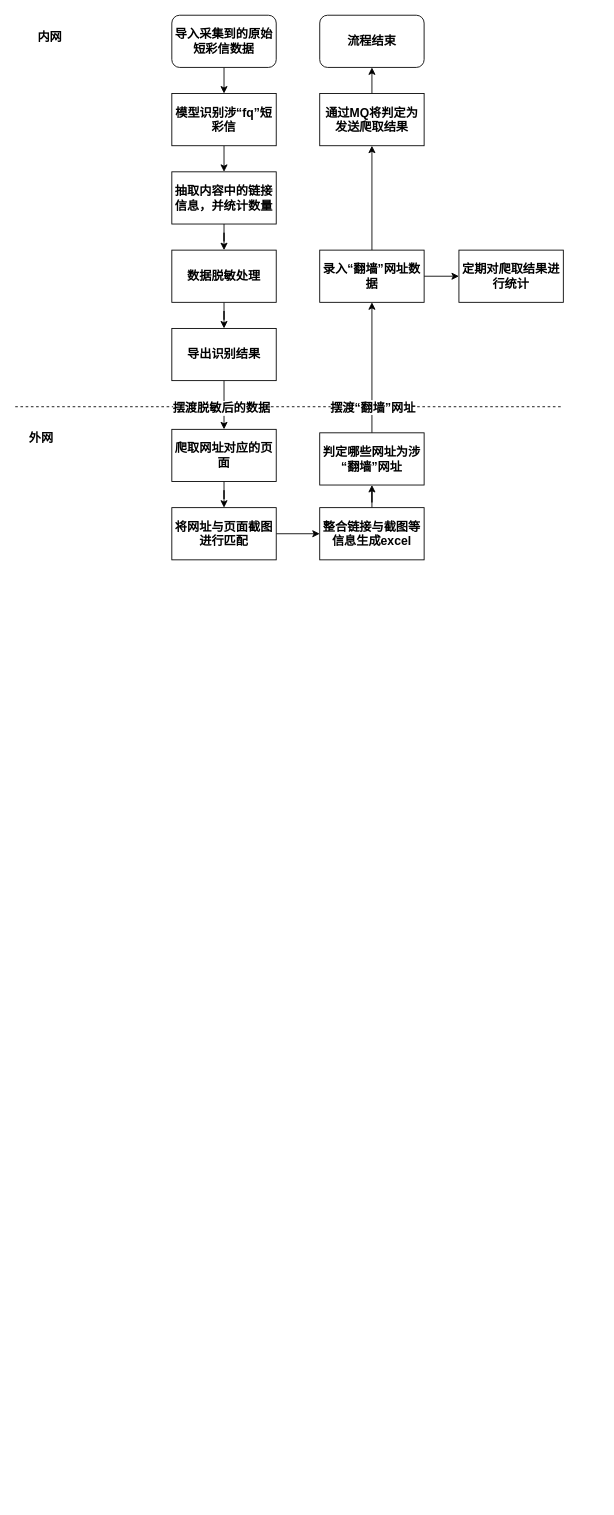
Above: dcx/基本设计概念和处理流程.drawio in zwnop/draw-io-repo (draw.io), before the change. Source tidied: cells renumbered, new cells numbered last; positions are measured from the earlier drawing's top-left corner, leaving out a move shared by most shapes. Both pictures are drawn from the tidied source at 87%, with x=0, y=0 at pixel (15, 15).
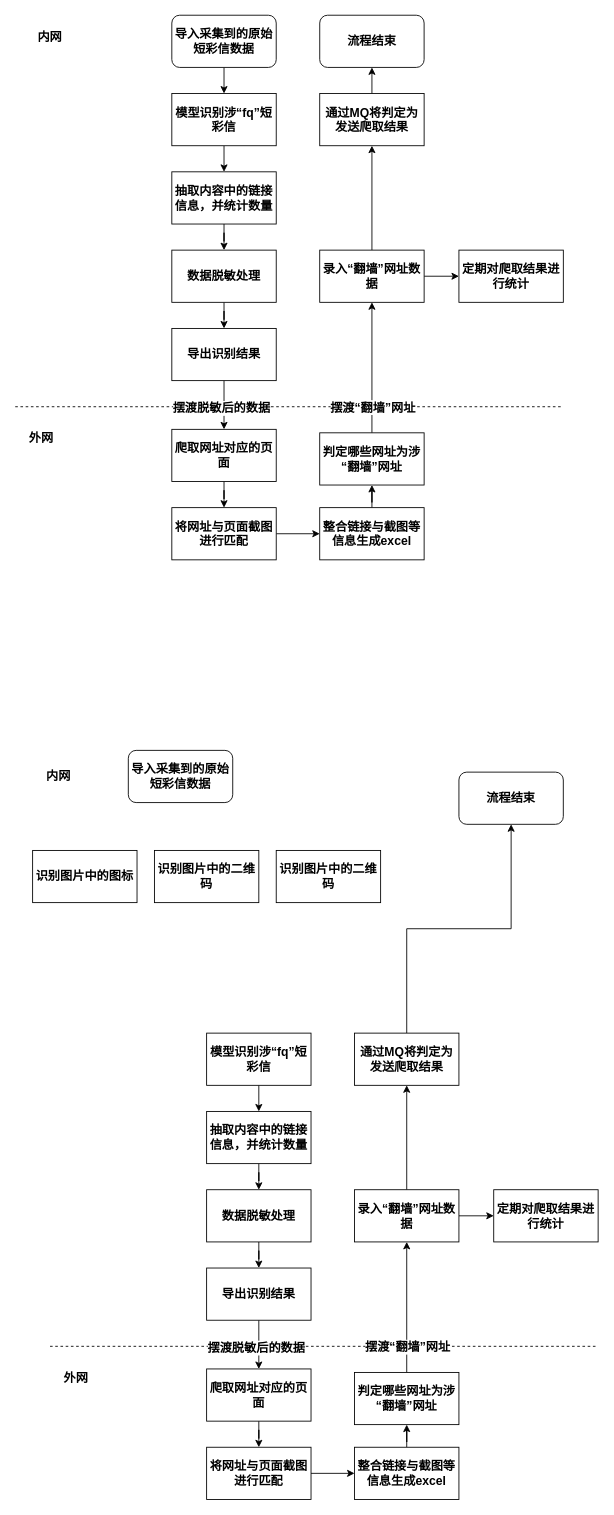
The same diagram, later.

Commit message:
更新基本设计概念和处理流程.drawio

The edit, as a diff of the source:
```diff
@@
+    <mxCell id="32" style="edgeStyle=orthogonalEdgeStyle;rounded=0;jettySize=auto;html=1;exitX=0.5;exitY=1;exitDx=0;exitDy=0;entryX=0.5;entryY=0;entryDx=0;entryDy=0;fontSize=14;fontStyle=1;" parent="1" edge="1" source="33" target="40">
+      <mxGeometry relative="1" as="geometry" />
+    </mxCell>
+    <mxCell id="33" value="模型识别涉“fq”短彩信" style="rounded=0;whiteSpace=wrap;html=1;fontSize=14;fontStyle=1;" parent="1" vertex="1">
+      <mxGeometry x="220" y="1170" width="120" height="60" as="geometry" />
+    </mxCell>
+    <mxCell id="34" style="edgeStyle=orthogonalEdgeStyle;rounded=0;jettySize=auto;html=1;fontSize=14;fontStyle=1;" parent="1" edge="1" source="35" target="47">
+      <mxGeometry relative="1" as="geometry" />
+    </mxCell>
+    <mxCell id="35" value="爬取网址对应的页面" style="rounded=0;whiteSpace=wrap;html=1;fontSize=14;fontStyle=1;" parent="1" vertex="1">
+      <mxGeometry x="220" y="1556" width="120" height="60" as="geometry" />
+    </mxCell>
+    <mxCell id="36" style="endArrow=none;dashed=1;html=1;rounded=0;fontSize=14;fontStyle=1;" parent="1" edge="1">
+      <mxGeometry relative="1" as="geometry">
+        <mxPoint x="40" y="1530" as="sourcePoint" />
+        <mxPoint x="670" y="1530" as="targetPoint" />
+      </mxGeometry>
+    </mxCell>
+    <mxCell id="37" value="外网" style="text;html=1;align=center;verticalAlign=middle;whiteSpace=wrap;rounded=0;fontSize=14;fontStyle=1;" parent="1" vertex="1">
+      <mxGeometry x="40" y="1551" width="60" height="30" as="geometry" />
+    </mxCell>
+    <mxCell id="38" value="内网" style="text;html=1;align=center;verticalAlign=middle;whiteSpace=wrap;rounded=0;fontSize=14;fontStyle=1;" parent="1" vertex="1">
+      <mxGeometry x="20" y="860" width="60" height="30" as="geometry" />
+    </mxCell>
+    <mxCell id="39" style="edgeStyle=orthogonalEdgeStyle;rounded=0;jettySize=auto;html=1;fontSize=14;fontStyle=1;" parent="1" edge="1" source="40" target="42">
+      <mxGeometry relative="1" as="geometry" />
+    </mxCell>
+    <mxCell id="40" value="抽取内容中的链接信息，并统计数量" style="rounded=0;whiteSpace=wrap;html=1;fontSize=14;fontStyle=1;" parent="1" vertex="1">
+      <mxGeometry x="220" y="1260" width="120" height="60" as="geometry" />
+    </mxCell>
+    <mxCell id="41" style="edgeStyle=orthogonalEdgeStyle;rounded=0;jettySize=auto;html=1;fontSize=14;fontStyle=1;" parent="1" edge="1" source="42" target="45">
+      <mxGeometry relative="1" as="geometry" />
+    </mxCell>
+    <mxCell id="42" value="数据脱敏处理" style="rounded=0;whiteSpace=wrap;html=1;fontSize=14;fontStyle=1;" parent="1" vertex="1">
+      <mxGeometry x="220" y="1350" width="120" height="60" as="geometry" />
+    </mxCell>
+    <mxCell id="43" style="edgeStyle=orthogonalEdgeStyle;rounded=0;jettySize=auto;html=1;exitX=0.5;exitY=1;exitDx=0;exitDy=0;fontSize=14;fontStyle=1;" parent="1" edge="1" source="45" target="35">
+      <mxGeometry relative="1" as="geometry" />
+    </mxCell>
+    <mxCell id="44" value="&lt;span&gt;&lt;font&gt;摆渡脱敏后的数据&lt;/font&gt;&lt;/span&gt;" style="edgeLabel;html=1;align=center;verticalAlign=middle;fontSize=14;fontStyle=1;" parent="43" vertex="1">
+      <mxGeometry x="0.1" y="-4" relative="1" as="geometry" />
+    </mxCell>
+    <mxCell id="45" value="导出识别结果" style="rounded=0;whiteSpace=wrap;html=1;fontSize=14;fontStyle=1;" parent="1" vertex="1">
+      <mxGeometry x="220" y="1440" width="120" height="60" as="geometry" />
+    </mxCell>
+    <mxCell id="46" style="edgeStyle=orthogonalEdgeStyle;rounded=0;jettySize=auto;html=1;fontSize=14;fontStyle=1;" parent="1" edge="1" source="47" target="49">
+      <mxGeometry relative="1" as="geometry" />
+    </mxCell>
+    <mxCell id="47" value="将网址与页面截图进行匹配" style="rounded=0;whiteSpace=wrap;html=1;fontSize=14;fontStyle=1;" parent="1" vertex="1">
+      <mxGeometry x="220" y="1646" width="120" height="60" as="geometry" />
+    </mxCell>
+    <mxCell id="48" style="edgeStyle=orthogonalEdgeStyle;rounded=0;jettySize=auto;html=1;fontSize=14;fontStyle=1;" parent="1" edge="1" source="49" target="55">
+      <mxGeometry relative="1" as="geometry" />
+    </mxCell>
+    <mxCell id="49" value="整合链接与截图等信息生成excel" style="rounded=0;whiteSpace=wrap;html=1;fontSize=14;fontStyle=1;" parent="1" vertex="1">
+      <mxGeometry x="390" y="1646" width="120" height="60" as="geometry" />
+    </mxCell>
+    <mxCell id="50" style="edgeStyle=orthogonalEdgeStyle;rounded=0;jettySize=auto;html=1;fontSize=14;fontStyle=1;" parent="1" edge="1" source="52" target="57">
+      <mxGeometry relative="1" as="geometry" />
+    </mxCell>
+    <mxCell id="51" style="edgeStyle=orthogonalEdgeStyle;rounded=0;jettySize=auto;html=1;fontSize=14;fontStyle=1;" parent="1" edge="1" source="52" target="58">
+      <mxGeometry relative="1" as="geometry" />
+    </mxCell>
+    <mxCell id="52" value="录入“翻墙”网址数据" style="rounded=0;whiteSpace=wrap;html=1;fontSize=14;fontStyle=1;" parent="1" vertex="1">
+      <mxGeometry x="390" y="1350" width="120" height="60" as="geometry" />
+    </mxCell>
+    <mxCell id="53" style="edgeStyle=orthogonalEdgeStyle;rounded=0;jettySize=auto;html=1;entryX=0.5;entryY=1;entryDx=0;entryDy=0;fontSize=14;fontStyle=1;" parent="1" edge="1" source="55" target="52">
+      <mxGeometry relative="1" as="geometry" />
+    </mxCell>
+    <mxCell id="54" value="&lt;span style=&quot;font-size: 14px; font-weight: 700;&quot;&gt;摆渡“翻墙”网址&lt;/span&gt;" style="edgeLabel;html=1;align=center;verticalAlign=middle;" parent="53" vertex="1">
+      <mxGeometry x="-0.17" y="-3" relative="1" as="geometry">
+        <mxPoint x="-3" y="32" as="offset" />
+      </mxGeometry>
+    </mxCell>
+    <mxCell id="55" value="判定哪些网址为涉“翻墙”网址" style="rounded=0;whiteSpace=wrap;html=1;fontSize=14;fontStyle=1;" parent="1" vertex="1">
+      <mxGeometry x="390" y="1560" width="120" height="60" as="geometry" />
+    </mxCell>
+    <mxCell id="56" style="edgeStyle=orthogonalEdgeStyle;rounded=0;jettySize=auto;html=1;exitX=0.5;exitY=0;exitDx=0;exitDy=0;entryX=0.5;entryY=1;entryDx=0;entryDy=0;fontSize=14;fontStyle=1;" parent="1" edge="1" source="57" target="60">
+      <mxGeometry relative="1" as="geometry" />
+    </mxCell>
+    <mxCell id="57" value="通过MQ将判定为发送爬取结果" style="rounded=0;whiteSpace=wrap;html=1;fontSize=14;fontStyle=1;" parent="1" vertex="1">
+      <mxGeometry x="390" y="1170" width="120" height="60" as="geometry" />
+    </mxCell>
+    <mxCell id="58" value="定期对爬取结果进行统计" style="rounded=0;whiteSpace=wrap;html=1;fontSize=14;fontStyle=1;" parent="1" vertex="1">
+      <mxGeometry x="550" y="1350" width="120" height="60" as="geometry" />
+    </mxCell>
+    <mxCell id="59" value="导入采集到的原始短彩信数据" style="rounded=1;whiteSpace=wrap;html=1;fontSize=14;fontStyle=1;" parent="1" vertex="1">
+      <mxGeometry x="130" y="845" width="120" height="60" as="geometry" />
+    </mxCell>
+    <mxCell id="60" value="流程结束" style="rounded=1;whiteSpace=wrap;html=1;fontSize=14;fontStyle=1;" parent="1" vertex="1">
+      <mxGeometry x="510" y="870" width="120" height="60" as="geometry" />
+    </mxCell>
+    <mxCell id="61" value="识别图片中的图标" style="rounded=0;whiteSpace=wrap;html=1;fontSize=14;fontStyle=1;" parent="1" vertex="1">
+      <mxGeometry x="20" y="960" width="120" height="60" as="geometry" />
+    </mxCell>
+    <mxCell id="62" value="识别图片中的二维码" style="rounded=0;whiteSpace=wrap;html=1;fontSize=14;fontStyle=1;" parent="1" vertex="1">
+      <mxGeometry x="160" y="960" width="120" height="60" as="geometry" />
+    </mxCell>
+    <mxCell id="63" value="识别图片中的二维码" style="rounded=0;whiteSpace=wrap;html=1;fontSize=14;fontStyle=1;" parent="1" vertex="1">
+      <mxGeometry x="300" y="960" width="120" height="60" as="geometry" />
+    </mxCell>
```
